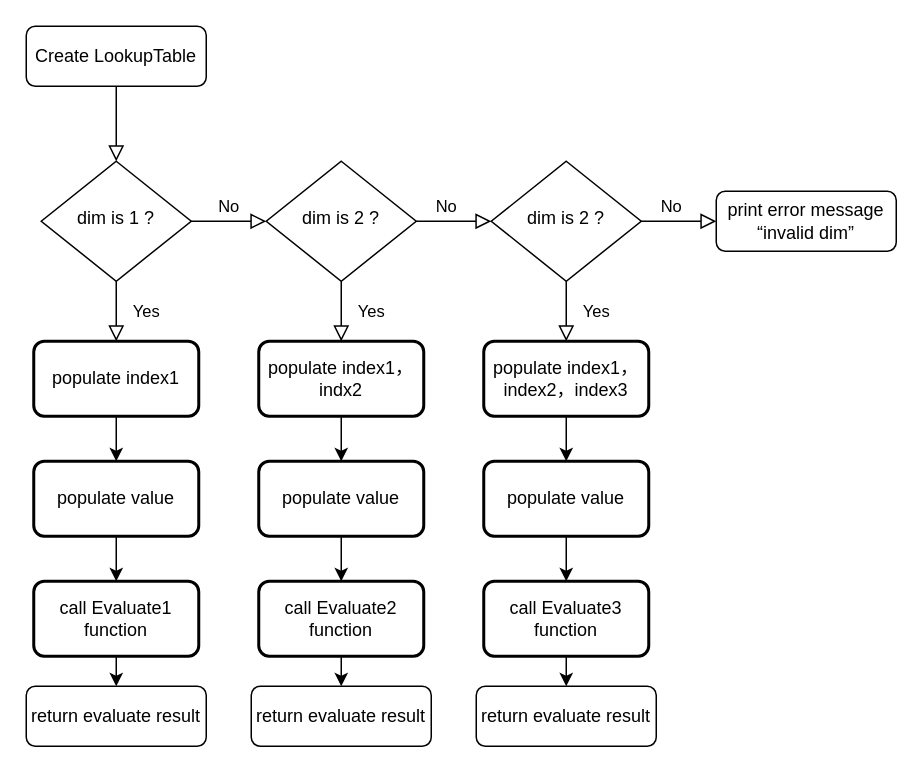
This is Untitled Diagram.drawio from Ablution-han220/UML, a draw.io file, before an edit. Source tidied: cells renumbered, new cells numbered last; positions are measured from the earlier drawing's top-left corner, leaving out a move shared by most shapes. Both pictures are drawn from the tidied source at 150%, with x=0, y=0 at pixel (26, 26).
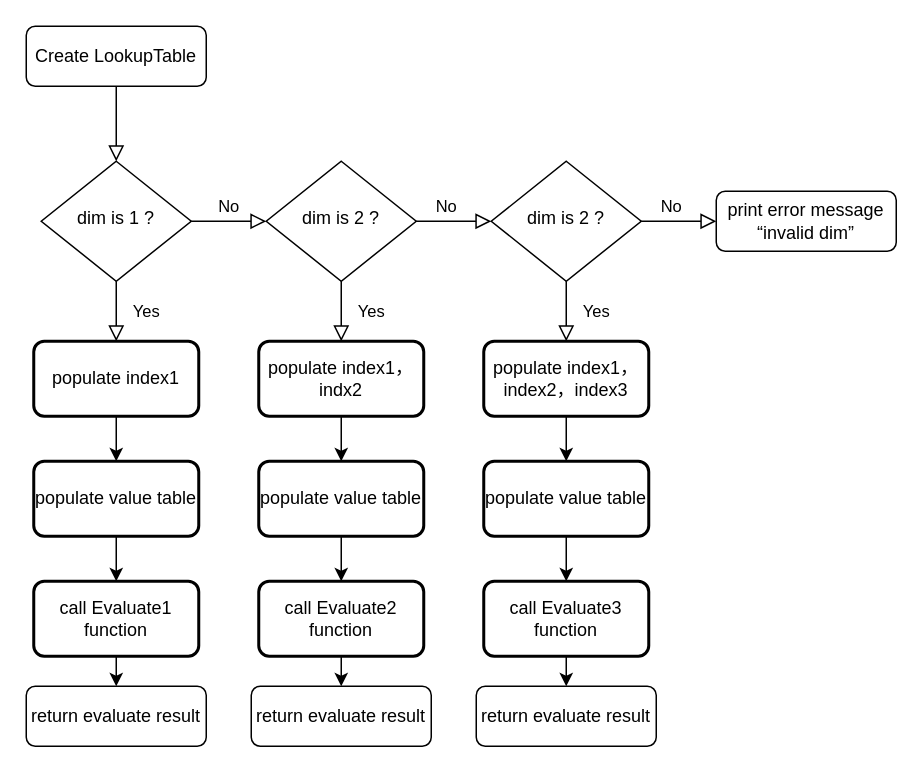
After the change.

Change to the diagram source:
```diff
@@
-    <mxCell id="18" value="populate value" style="rounded=1;whiteSpace=wrap;html=1;absoluteArcSize=1;arcSize=14;strokeWidth=2;" parent="1" vertex="1">
+    <mxCell id="18" value="populate value table" style="rounded=1;whiteSpace=wrap;html=1;absoluteArcSize=1;arcSize=14;strokeWidth=2;" parent="1" vertex="1">
       <mxGeometry x="5" y="290" width="110" height="50" as="geometry" />
     </mxCell>
@@
-    <mxCell id="25" value="populate value" style="rounded=1;whiteSpace=wrap;html=1;absoluteArcSize=1;arcSize=14;strokeWidth=2;" parent="1" vertex="1">
+    <mxCell id="25" value="populate value table" style="rounded=1;whiteSpace=wrap;html=1;absoluteArcSize=1;arcSize=14;strokeWidth=2;" parent="1" vertex="1">
       <mxGeometry x="155" y="290" width="110" height="50" as="geometry" />
     </mxCell>
@@
-    <mxCell id="32" value="populate value" style="rounded=1;whiteSpace=wrap;html=1;absoluteArcSize=1;arcSize=14;strokeWidth=2;" parent="1" vertex="1">
+    <mxCell id="32" value="populate value table" style="rounded=1;whiteSpace=wrap;html=1;absoluteArcSize=1;arcSize=14;strokeWidth=2;" parent="1" vertex="1">
       <mxGeometry x="305" y="290" width="110" height="50" as="geometry" />
     </mxCell>
```
